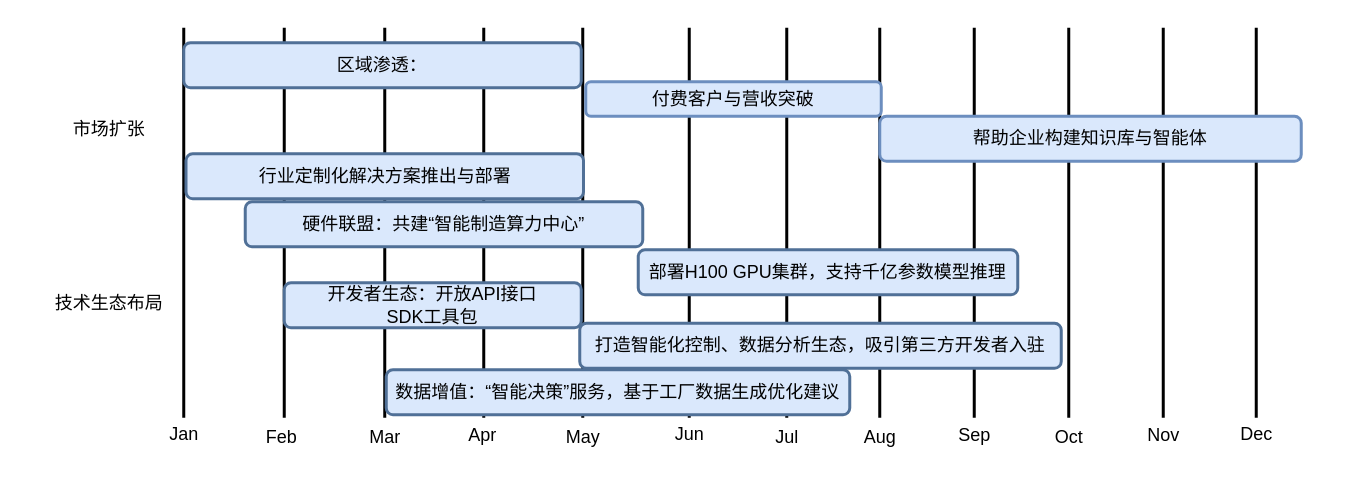
The draw.io diagram 一年计划图.drawio in Shahryar2/draw.io, before the edit. Source tidied: cells renumbered, new cells numbered last; positions are measured from the earlier drawing's top-left corner, leaving out a move shared by most shapes. Both pictures are drawn from the tidied source at 150%, with x=0, y=0 at pixel (33, 27).
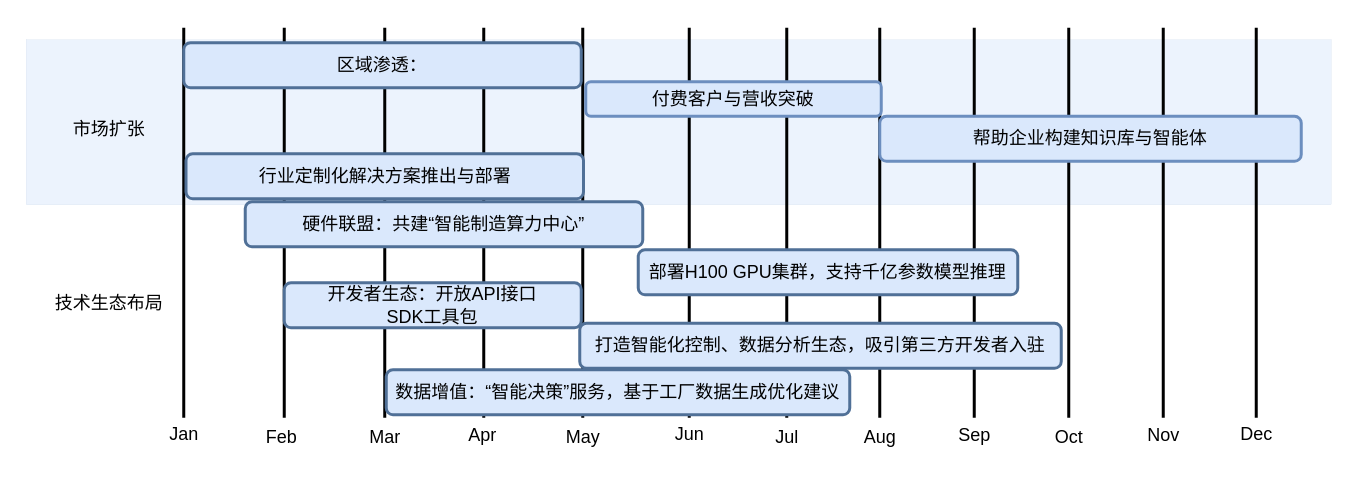
After the change.

Commit message (it also covers changes not shown here):
更新一年计划图.drawio

The edit, as a diff of the source:
```diff
@@
+    <mxCell id="37" style="rounded=0;whiteSpace=wrap;html=1;strokeWidth=0;fillColor=#dae8fc;strokeColor=#6c8ebf;opacity=50;" parent="1" vertex="1">
+      <mxGeometry x="-5" y="8" width="870" height="110" as="geometry" />
+    </mxCell>
```
